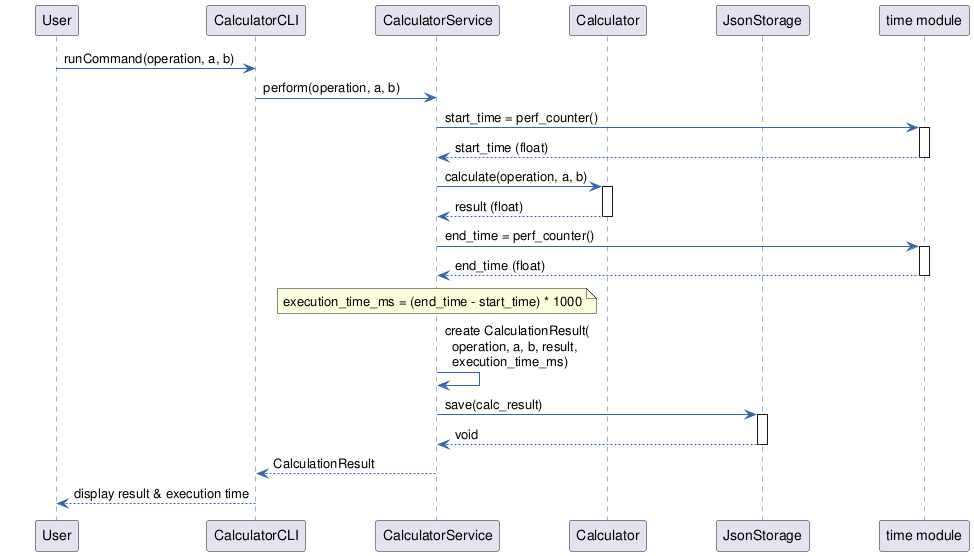
DanielRiha8906/Software_autoevolution_using_agents keeps this PlantUML diagram as experiments/broadcast/test_driven/calculator/artifacts/sequence_diagram_perform.png. Above is the earlier version.
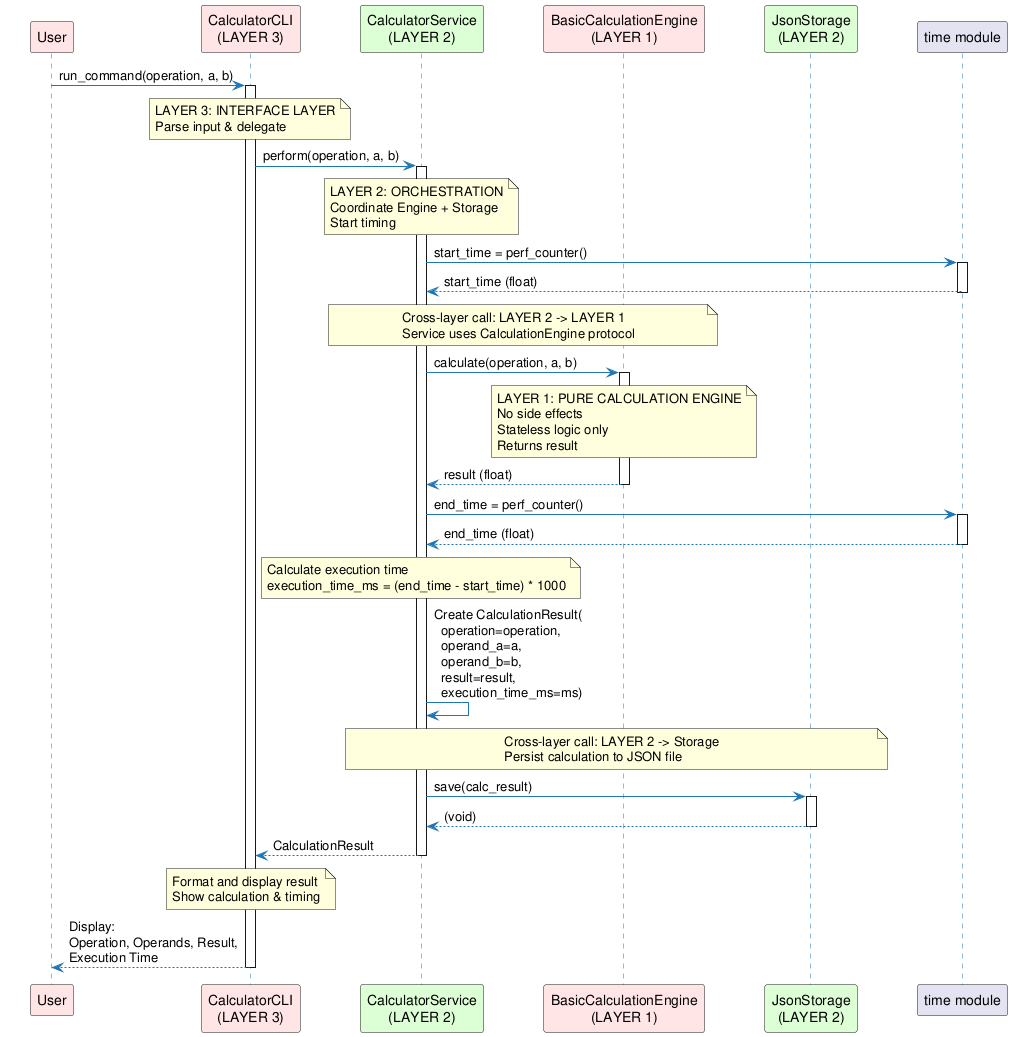
The same diagram one commit later.

What changed in the source:
```diff
@@ -1,29 +1,57 @@
 @startuml sequence_diagram_perform
 
-skinparam sequenceParticipantPadding 30
-skinparam sequenceActorBorderColor #3366AA
-skinparam sequenceLifeLineBorderColor #3366AA
-skinparam sequenceArrowColor #3366AA
+skinparam sequenceParticipantPadding 25
+skinparam sequenceActorBorderColor #1F77B4
+skinparam sequenceLifeLineBorderColor #1F77B4
+skinparam sequenceArrowColor #1F77B4
+skinparam noteBkgColor #FFFFCC
 
-participant User as U
-participant CalculatorCLI as CLI
-participant CalculatorService as Service
-participant Calculator as Calc
-participant JsonStorage as Store
+participant "User" as User #FFE5E5
+participant "CalculatorCLI\n(LAYER 3)" as CLI #FFE5E5
+participant "CalculatorService\n(LAYER 2)" as Service #DDFFD4
+participant "BasicCalculationEngine\n(LAYER 1)" as Engine #FFE5E5
+participant "JsonStorage\n(LAYER 2)" as Storage #DDFFD4
 participant "time module" as Time
 
-U -> CLI: runCommand(operation, a, b)
+User -> CLI: run_command(operation, a, b)
+activate CLI
+
+note over CLI
+  LAYER 3: INTERFACE LAYER
+  Parse input & delegate
+end note
+
 CLI -> Service: perform(operation, a, b)
+activate Service
+
+note over Service
+  LAYER 2: ORCHESTRATION
+  Coordinate Engine + Storage
+  Start timing
+end note
 
 Service -> Time: start_time = perf_counter()
 activate Time
 Time --> Service: start_time (float)
 deactivate Time
 
-Service -> Calc: calculate(operation, a, b)
-activate Calc
-Calc --> Service: result (float)
-deactivate Calc
+note over Service, Engine
+  Cross-layer call: LAYER 2 -> LAYER 1
+  Service uses CalculationEngine protocol
+end note
+
+Service -> Engine: calculate(operation, a, b)
+activate Engine
+
+note over Engine
+  LAYER 1: PURE CALCULATION ENGINE
+  No side effects
+  Stateless logic only
+  Returns result
+end note
+
+Engine --> Service: result (float)
+deactivate Engine
 
 Service -> Time: end_time = perf_counter()
 activate Time
@@ -31,17 +59,31 @@
 deactivate Time
 
 note over Service
+  Calculate execution time
   execution_time_ms = (end_time - start_time) * 1000
 end note
 
-Service -> Service: create CalculationResult(\n  operation, a, b, result,\n  execution_time_ms)
+Service -> Service: Create CalculationResult(\n  operation=operation,\n  operand_a=a,\n  operand_b=b,\n  result=result,\n  execution_time_ms=ms)
 
-Service -> Store: save(calc_result)
-activate Store
-Store --> Service: void
-deactivate Store
+note over Service, Storage
+  Cross-layer call: LAYER 2 -> Storage
+  Persist calculation to JSON file
+end note
+
+Service -> Storage: save(calc_result)
+activate Storage
+Storage --> Service: (void)
+deactivate Storage
 
 Service --> CLI: CalculationResult
-CLI --> U: display result & execution time
+deactivate Service
+
+note over CLI
+  Format and display result
+  Show calculation & timing
+end note
+
+CLI --> User: Display:\nOperation, Operands, Result,\nExecution Time
+deactivate CLI
 
 @enduml
```
